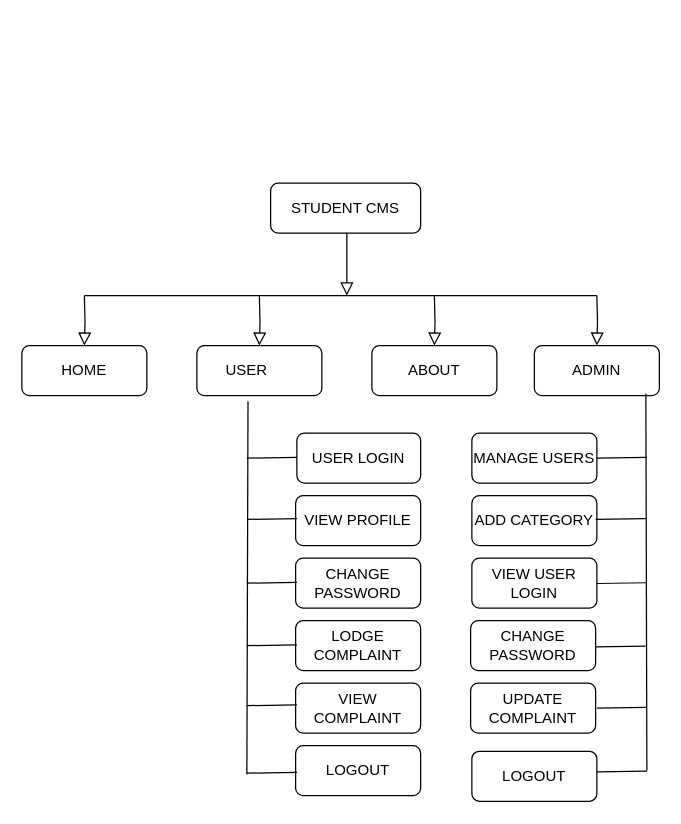
The draw.io diagram final_year_project_flow.drawio in Collinsbrown7723/AduinoBank, before the edit. Source tidied: cells renumbered, new cells numbered last; positions are measured from the earlier drawing's top-left corner, leaving out a move shared by most shapes. Both pictures are drawn from the tidied source at 125%, with x=0, y=0 at pixel (21, 182).
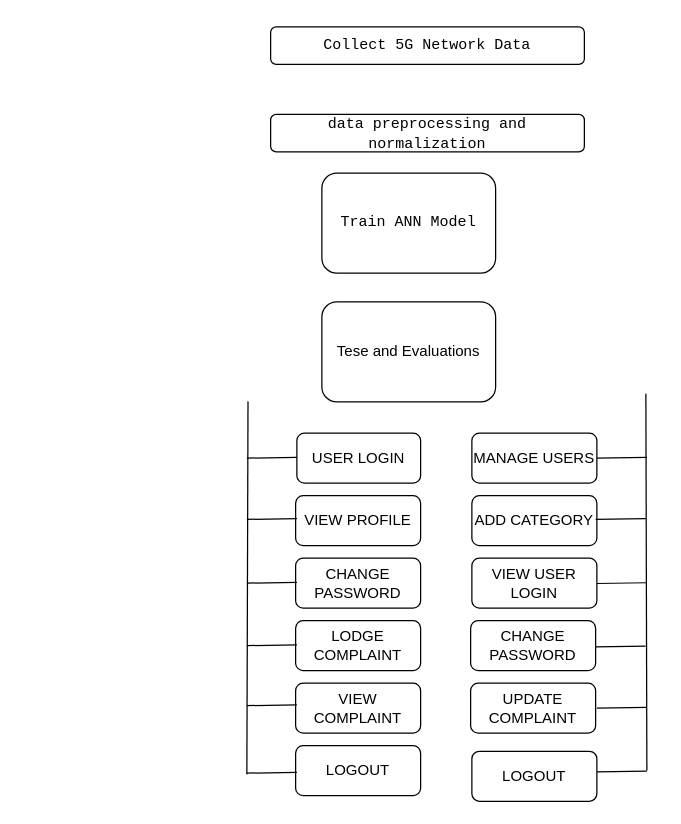
The same page after the edit.

What changed in the source:
```diff
@@
-    <mxCell id="2" style="rounded=0;html=1;jettySize=auto;orthogonalLoop=1;fontSize=11;endArrow=block;endFill=0;endSize=8;strokeWidth=1;shadow=0;labelBackgroundColor=none;edgeStyle=orthogonalEdgeStyle;" parent="1" edge="1">
-      <mxGeometry relative="1" as="geometry">
-        <mxPoint x="259" y="40" as="sourcePoint" />
-        <mxPoint x="260" y="90" as="targetPoint" />
-        <Array as="points">
-          <mxPoint x="260" y="40" />
-        </Array>
-      </mxGeometry>
-    </mxCell>
-    <mxCell id="3" value="STUDENT CMS" style="rounded=1;whiteSpace=wrap;html=1;fontSize=12;glass=0;strokeWidth=1;shadow=0;" parent="1" vertex="1">
-      <mxGeometry x="199" width="120" height="40" as="geometry" />
+    <mxCell id="3" value="&lt;code&gt;data preprocessing and normalization&lt;/code&gt;" style="rounded=1;whiteSpace=wrap;html=1;fontSize=12;glass=0;strokeWidth=1;shadow=0;" parent="1" vertex="1">
+      <mxGeometry x="199" y="-55" width="251" height="30" as="geometry" />
     </mxCell>
-    <mxCell id="4" value="ABOUT" style="rounded=1;whiteSpace=wrap;html=1;" parent="1" vertex="1">
-      <mxGeometry x="280" y="130" width="100" height="40" as="geometry" />
+    <mxCell id="4" value="&lt;pre class=&quot;xdpw7ca x1hywza8 xjbqb8w x1iyjqo2 x19cjget xuix1fa x13wc3wm xezyc0z xdj266r x11i5rnm xat24cr x1mh8g0r xw2csxc x1odjw0f xvaj83j xoyrooc x15g7ql4 xssjvct x1k5ss6i x1sdyfia x1lldw8n xp3md9m xp5j34i&quot;&gt;&lt;code class=&quot;x18ad04w&quot;&gt;Train ANN Model&lt;/code&gt;&lt;/pre&gt;" style="rounded=1;whiteSpace=wrap;html=1;" parent="1" vertex="1">
+      <mxGeometry x="240" y="-8" width="139" height="80" as="geometry" />
     </mxCell>
-    <mxCell id="5" value="HOME" style="rounded=1;whiteSpace=wrap;html=1;" parent="1" vertex="1">
-      <mxGeometry y="130" width="100" height="40" as="geometry" />
-    </mxCell>
-    <mxCell id="6" value="USER&lt;span style=&quot;white-space: pre;&quot;&gt;&#9;&lt;/span&gt;" style="rounded=1;whiteSpace=wrap;html=1;" parent="1" vertex="1">
-      <mxGeometry x="140" y="130" width="100" height="40" as="geometry" />
-    </mxCell>
-    <mxCell id="7" value="ADMIN" style="rounded=1;whiteSpace=wrap;html=1;" parent="1" vertex="1">
-      <mxGeometry x="410" y="130" width="100" height="40" as="geometry" />
-    </mxCell>
-    <mxCell id="8" style="endArrow=none;html=1;rounded=0;" parent="1" edge="1">
-      <mxGeometry relative="1" as="geometry">
-        <mxPoint x="50" y="90" as="sourcePoint" />
-        <mxPoint x="460" y="90" as="targetPoint" />
-        <Array as="points">
-          <mxPoint x="240" y="90" />
-        </Array>
-      </mxGeometry>
-    </mxCell>
-    <mxCell id="9" style="rounded=0;html=1;jettySize=auto;fontSize=11;endArrow=block;endFill=0;endSize=8;strokeWidth=1;shadow=0;labelBackgroundColor=none;edgeStyle=orthogonalEdgeStyle;entryX=0.5;entryY=0;entryDx=0;entryDy=0;" parent="1" edge="1" target="5">
-      <mxGeometry x="0.33" y="20" relative="1" as="geometry">
-        <mxPoint x="50" y="90" as="sourcePoint" />
-      </mxGeometry>
-    </mxCell>
-    <mxCell id="10" style="rounded=0;html=1;jettySize=auto;fontSize=11;endArrow=block;endFill=0;endSize=8;strokeWidth=1;shadow=0;labelBackgroundColor=none;edgeStyle=orthogonalEdgeStyle;entryX=0.5;entryY=0;entryDx=0;entryDy=0;" parent="1" edge="1" target="6">
-      <mxGeometry x="0.33" y="20" relative="1" as="geometry">
-        <mxPoint x="190" y="90" as="sourcePoint" />
-      </mxGeometry>
-    </mxCell>
-    <mxCell id="11" style="rounded=0;html=1;jettySize=auto;fontSize=11;endArrow=block;endFill=0;endSize=8;strokeWidth=1;shadow=0;labelBackgroundColor=none;edgeStyle=orthogonalEdgeStyle;entryX=0.5;entryY=0;entryDx=0;entryDy=0;" parent="1" edge="1" target="4">
-      <mxGeometry x="0.33" y="20" relative="1" as="geometry">
-        <mxPoint x="330" y="90" as="sourcePoint" />
-      </mxGeometry>
-    </mxCell>
-    <mxCell id="12" style="rounded=0;html=1;jettySize=auto;fontSize=11;endArrow=block;endFill=0;endSize=8;strokeWidth=1;shadow=0;labelBackgroundColor=none;edgeStyle=orthogonalEdgeStyle;entryX=0.5;entryY=0;entryDx=0;entryDy=0;" parent="1" edge="1" target="7">
-      <mxGeometry x="0.33" y="20" relative="1" as="geometry">
-        <mxPoint x="460" y="90" as="sourcePoint" />
-      </mxGeometry>
-    </mxCell>
@@
-    <mxCell id="26" style="endArrow=none;html=1;rounded=0;entryX=0.892;entryY=0.96;entryDx=0;entryDy=0;entryPerimeter=0;" parent="1" edge="1" target="7">
+    <mxCell id="26" style="endArrow=none;html=1;rounded=0;entryX=0.892;entryY=0.96;entryDx=0;entryDy=0;entryPerimeter=0;" parent="1" edge="1">
       <mxGeometry relative="1" as="geometry">
         <mxPoint x="500" y="470" as="sourcePoint" />
+        <mxPoint x="499.2" y="168.4" as="targetPoint" />
       </mxGeometry>
     </mxCell>
@@
+    <mxCell id="39" value="&lt;pre class=&quot;xdpw7ca x1hywza8 xjbqb8w x1iyjqo2 x19cjget xuix1fa x13wc3wm xezyc0z xdj266r x11i5rnm xat24cr x1mh8g0r xw2csxc x1odjw0f xvaj83j xoyrooc x15g7ql4 xssjvct x1k5ss6i x1sdyfia x1lldw8n xp3md9m xp5j34i&quot;&gt;&lt;code class=&quot;x18ad04w&quot;&gt;Collect 5G Network Data&lt;/code&gt;&lt;/pre&gt;" style="rounded=1;whiteSpace=wrap;html=1;fontSize=12;glass=0;strokeWidth=1;shadow=0;" parent="1" vertex="1">
+      <mxGeometry x="199" y="-125" width="251" height="30" as="geometry" />
+    </mxCell>
+    <mxCell id="40" value="Tese and Evaluations" style="rounded=1;whiteSpace=wrap;html=1;" parent="1" vertex="1">
+      <mxGeometry x="240" y="95" width="139" height="80" as="geometry" />
+    </mxCell>
```
